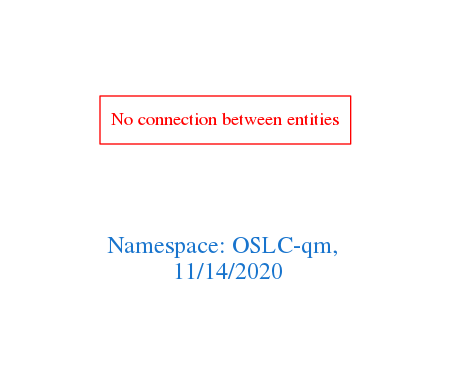
This is downloads/OSLC-qm.png from arago/OGIT, a Graphviz export, as it was before one commit. Its source is kept beside it as downloads/OSLC-qm.dot.
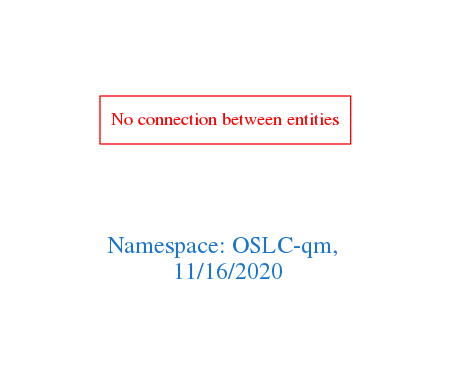
Later version of the same file.

Change to the diagram source:
```diff
@@ -1,7 +1,7 @@
 digraph OGIT_ontology {
  graph [ rankdir= LR,pad=1
 fontsize = 18,
-fontcolor= dodgerblue3,label = "\n\n\nNamespace: OSLC-qm, \n 11/14/2020"];
+fontcolor= dodgerblue3,label = "\n\n\nNamespace: OSLC-qm, \n 11/16/2020"];
 node[shape=polygon];
 edge [  color="gray81"];
 
```
